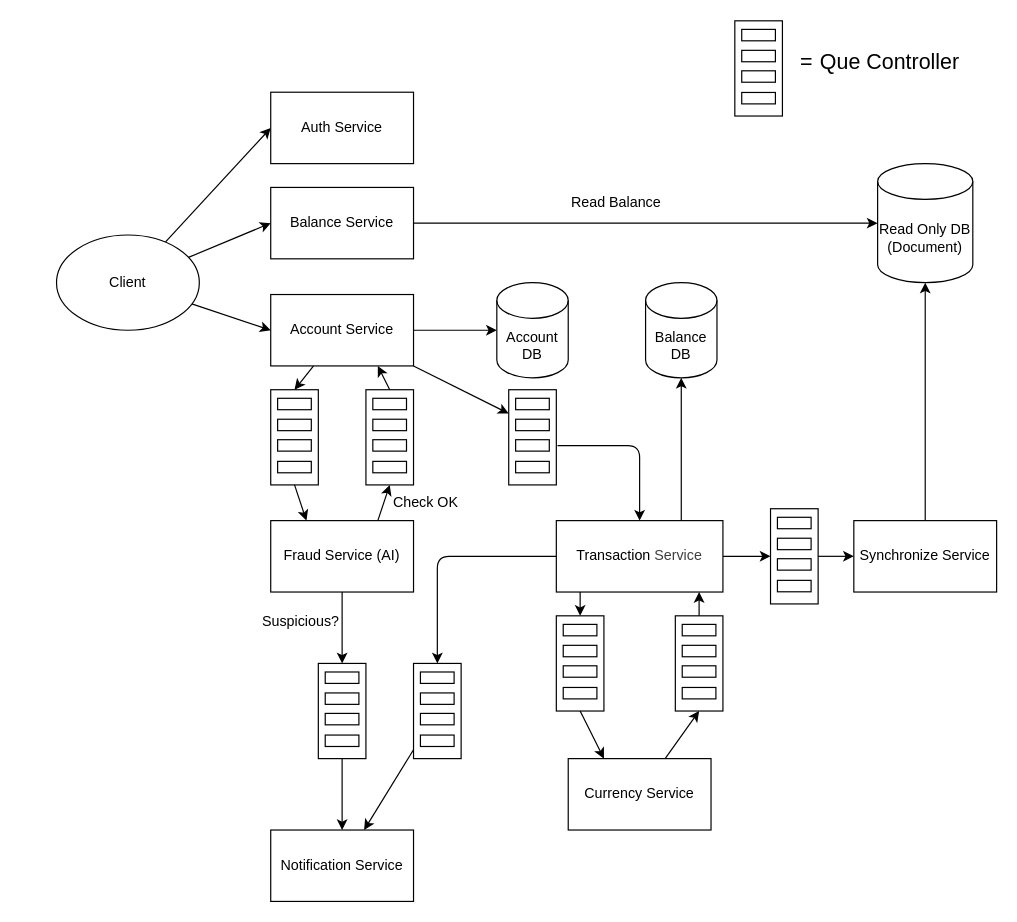
Before: docs/architecture/system_architecture.drawio in Team-HABO/habo-banking, a draw.io diagram. Source tidied: cells renumbered, new cells numbered last; positions are measured from the earlier drawing's top-left corner, leaving out a move shared by most shapes. Both pictures are drawn from the tidied source at 119%, with x=0, y=0 at pixel (56, 20).
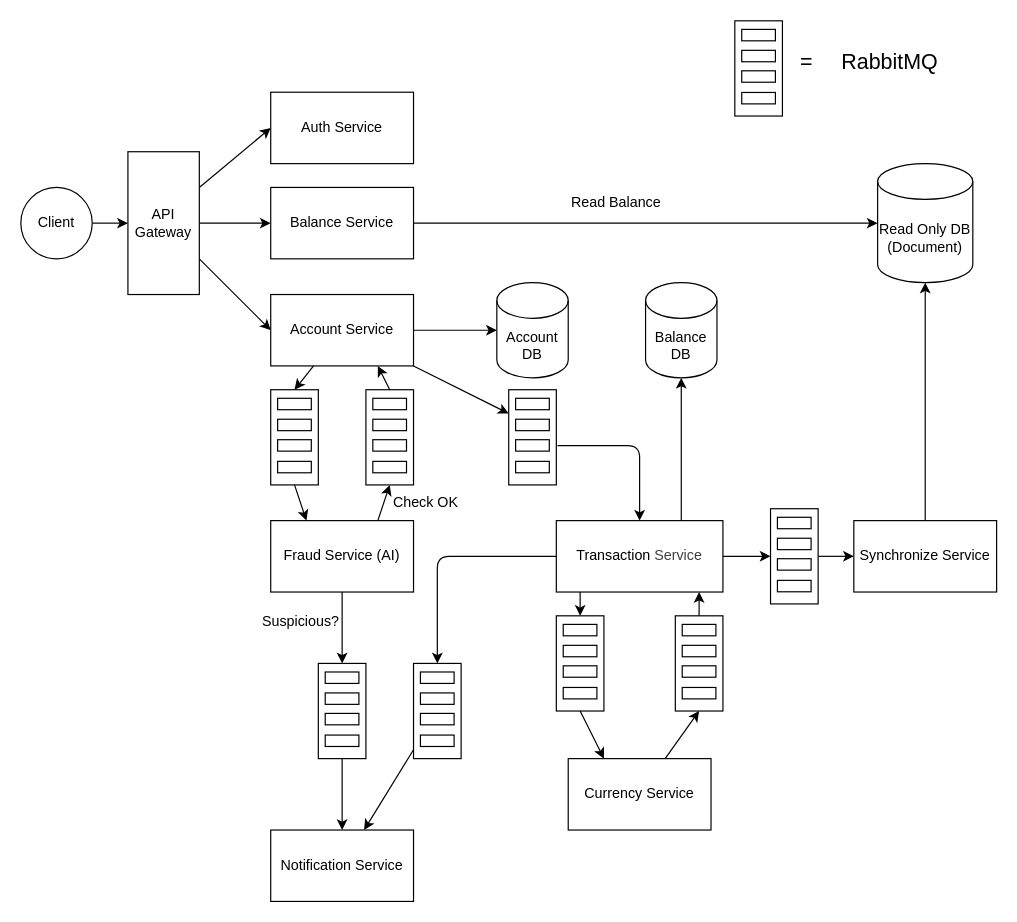
The same page after the edit.

Commit message:
Added API Gateway to system architecture diagram.

The change refers to these unchanged cells:
```xml
<mxCell id="5" value="Account Service" style="rounded=0;whiteSpace=wrap;html=1;" parent="1" vertex="1">
  <mxGeometry x="180" y="230" width="120" height="60" as="geometry" />
</mxCell>
<mxCell id="13" value="Auth Service" style="rounded=0;whiteSpace=wrap;html=1;" parent="1" vertex="1">
  <mxGeometry x="180" y="60" width="120" height="60" as="geometry" />
</mxCell>
<mxCell id="16" value="Balance Service" style="rounded=0;whiteSpace=wrap;html=1;" parent="1" vertex="1">
  <mxGeometry x="180" y="140" width="120" height="60" as="geometry" />
</mxCell>
```

The edit, as a diff of the source:
```diff
@@
-    <mxCell id="21" style="edgeStyle=none;html=1;entryX=0;entryY=0.5;entryDx=0;entryDy=0;" parent="1" edge="1" source="24" target="13">
+    <mxCell id="21" style="edgeStyle=none;html=1;entryX=0;entryY=0.5;entryDx=0;entryDy=0;exitX=1;exitY=0.25;exitDx=0;exitDy=0;" parent="1" edge="1" source="97" target="13">
       <mxGeometry relative="1" as="geometry" />
     </mxCell>
-    <mxCell id="22" style="edgeStyle=none;html=1;entryX=0;entryY=0.5;entryDx=0;entryDy=0;" parent="1" edge="1" source="24" target="5">
+    <mxCell id="22" style="edgeStyle=none;html=1;entryX=0;entryY=0.5;entryDx=0;entryDy=0;" parent="1" edge="1" source="97" target="5">
       <mxGeometry relative="1" as="geometry" />
     </mxCell>
-    <mxCell id="23" style="edgeStyle=none;html=1;entryX=0;entryY=0.5;entryDx=0;entryDy=0;" parent="1" edge="1" source="24" target="16">
+    <mxCell id="23" style="edgeStyle=none;html=1;entryX=0;entryY=0.5;entryDx=0;entryDy=0;exitX=1;exitY=0.5;exitDx=0;exitDy=0;" parent="1" edge="1" source="97" target="16">
       <mxGeometry relative="1" as="geometry" />
     </mxCell>
+    <mxCell id="96" style="edgeStyle=none;html=1;entryX=0;entryY=0.5;entryDx=0;entryDy=0;" parent="1" edge="1" source="24" target="97">
+      <mxGeometry relative="1" as="geometry" />
+    </mxCell>
     <mxCell id="24" value="Client" style="ellipse;whiteSpace=wrap;html=1;" parent="1" vertex="1">
-      <mxGeometry y="180" width="120" height="80" as="geometry" />
+      <mxGeometry x="-30" y="140" width="60" height="60" as="geometry" />
     </mxCell>
@@
-    <mxCell id="78" value="&lt;font style=&quot;font-size: 18px;&quot;&gt;Que Controller&lt;/font&gt;" style="text;html=1;align=center;verticalAlign=middle;strokeColor=none;fillColor=none;" parent="1" vertex="1">
-      <mxGeometry x="630" y="15" width="140" height="40" as="geometry" />
+    <mxCell id="78" value="&lt;font style=&quot;font-size: 18px;&quot;&gt;RabbitMQ&lt;/font&gt;" style="text;html=1;align=center;verticalAlign=middle;strokeColor=none;fillColor=none;" parent="1" vertex="1">
+      <mxGeometry x="650" y="15" width="100" height="40" as="geometry" />
     </mxCell>
@@
+    <mxCell id="97" value="API Gateway" style="rounded=0;whiteSpace=wrap;html=1;" parent="1" vertex="1">
+      <mxGeometry x="60" y="110" width="60" height="120" as="geometry" />
+    </mxCell>
```
